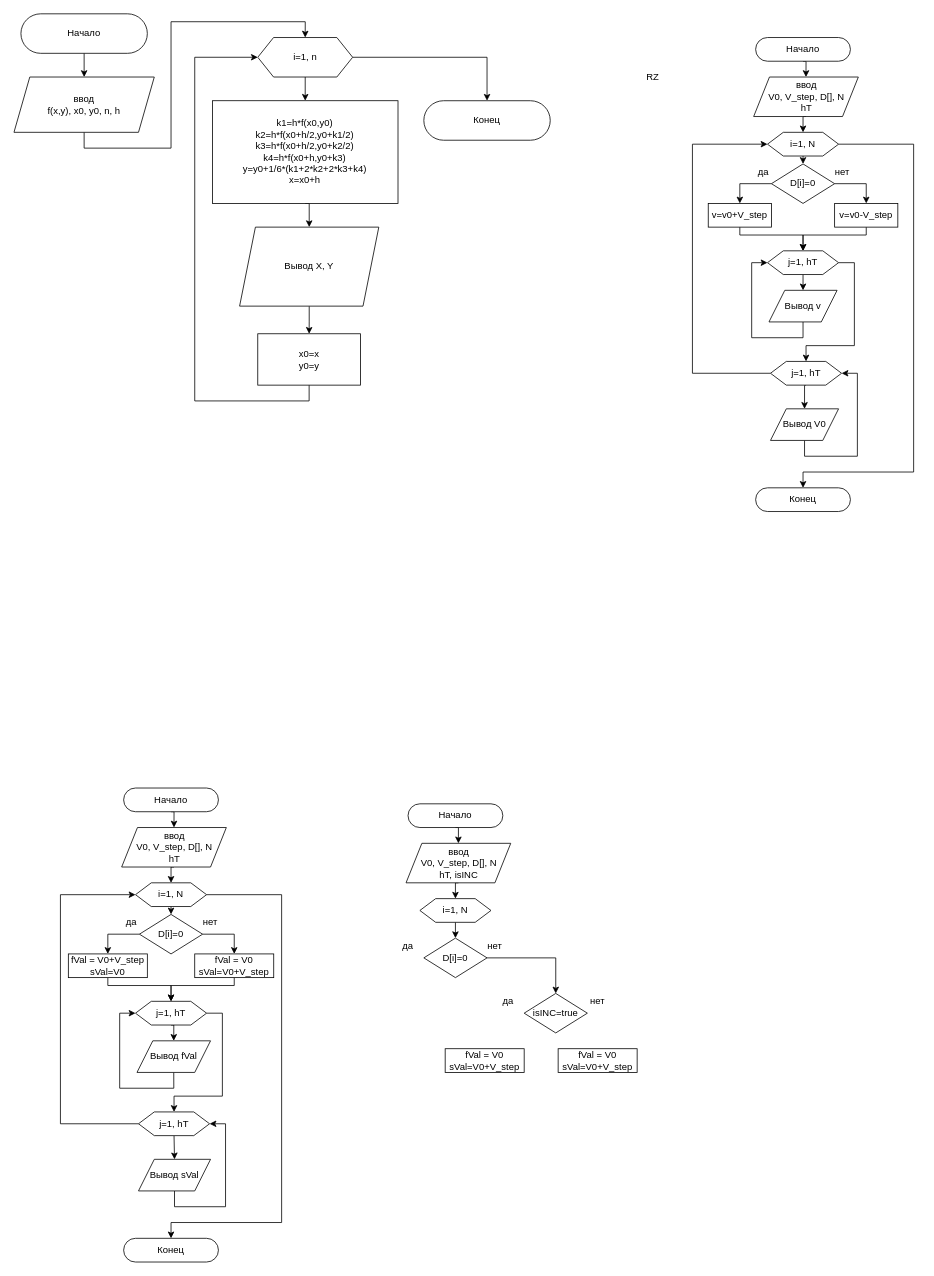
The draw.io diagram диплом_отчет/rk4+coders.drawio in bestialyokel/diplom, before the edit. Source tidied: cells renumbered, new cells numbered last; positions are measured from the earlier drawing's top-left corner, leaving out a move shared by most shapes. Both pictures are drawn from the tidied source at 79%, with x=0, y=0 at pixel (13, 13).
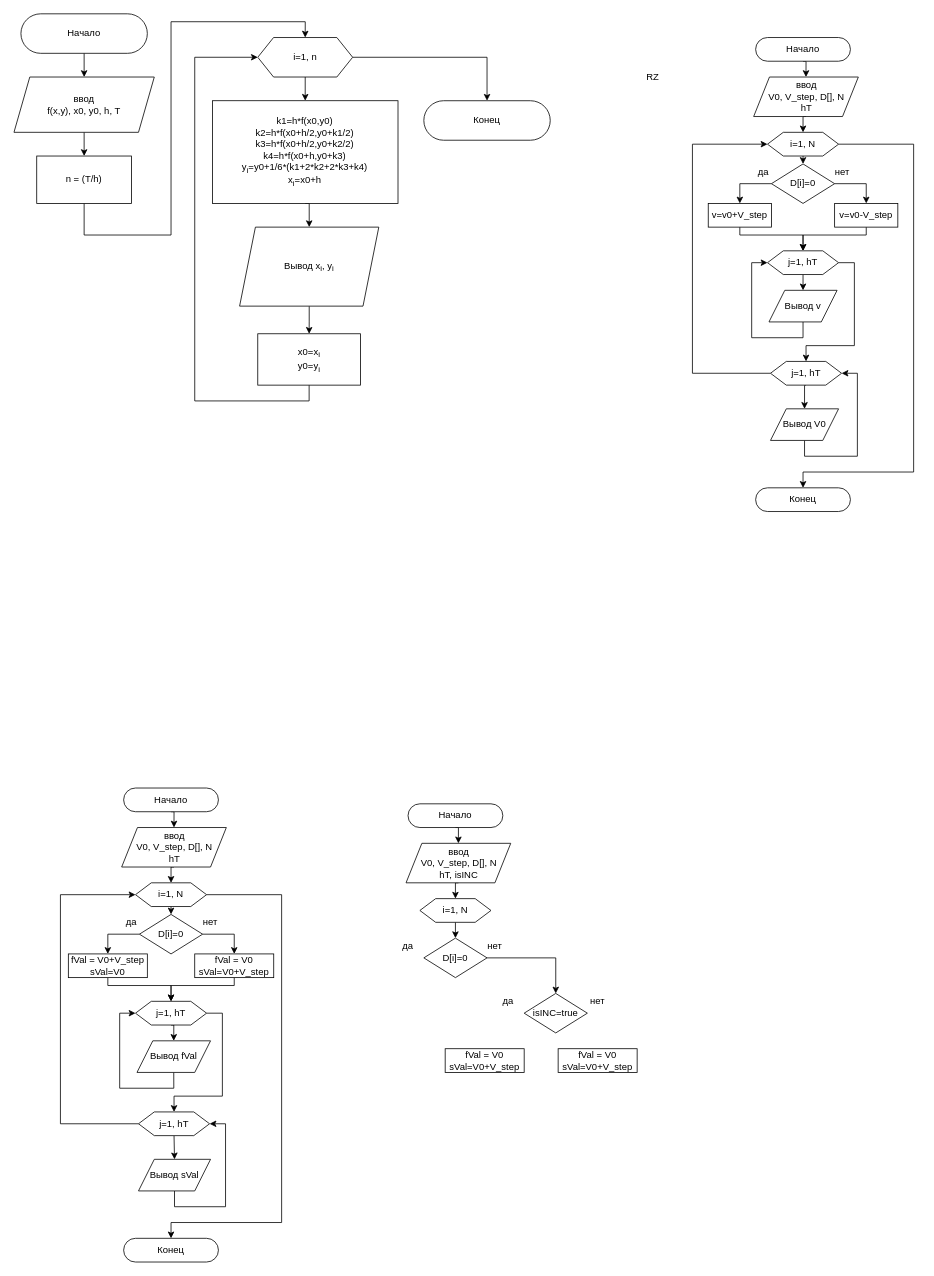
After the change.

Unchanged cells that the change refers to:
```xml
<mxCell id="8" value="i=1, n" style="shape=hexagon;perimeter=hexagonPerimeter2;whiteSpace=wrap;html=1;fixedSize=1;" parent="1" vertex="1">
  <mxGeometry x="308.8" y="30" width="120.1" height="50" as="geometry" />
</mxCell>
```

Diff of the diagram source:
```diff
@@
-    <mxCell id="4" style="edgeStyle=orthogonalEdgeStyle;rounded=0;jettySize=auto;html=1;entryX=0.5;entryY=0;entryDx=0;entryDy=0;exitX=0.5;exitY=1;exitDx=0;exitDy=0;" parent="1" edge="1" source="5" target="8">
-      <mxGeometry relative="1" as="geometry">
-        <Array as="points">
-          <mxPoint x="89" y="170" />
-          <mxPoint x="199" y="170" />
-          <mxPoint x="199" y="10" />
-          <mxPoint x="369" y="10" />
-        </Array>
-      </mxGeometry>
-    </mxCell>
+    <mxCell id="86" style="edgeStyle=orthogonalEdgeStyle;rounded=0;jettySize=auto;html=1;exitX=0.5;exitY=1;exitDx=0;exitDy=0;entryX=0.5;entryY=0;entryDx=0;entryDy=0;" parent="1" edge="1" source="5" target="88">
+      <mxGeometry relative="1" as="geometry" />
+    </mxCell>
-    <mxCell id="5" value="ввод&lt;br&gt;f(x,y), x0, y0, n, h" style="shape=parallelogram;perimeter=parallelogramPerimeter;whiteSpace=wrap;html=1;fixedSize=1;" parent="1" vertex="1">
+    <mxCell id="5" value="ввод&lt;br&gt;f(x,y), x0, y0, h, T" style="shape=parallelogram;perimeter=parallelogramPerimeter;whiteSpace=wrap;html=1;fixedSize=1;" parent="1" vertex="1">
       <mxGeometry x="0.2" y="80" width="177.6" height="70" as="geometry" />
     </mxCell>
@@
-    <mxCell id="10" value="&lt;span&gt;k1=h*f(x0,y0)&lt;/span&gt;&lt;br&gt;&lt;span&gt;k2=h*f(x0+h/2,y0+k1/2)&lt;/span&gt;&lt;br&gt;&lt;span&gt;k3=h*f(x0+h/2,y0+k2/2)&lt;/span&gt;&lt;br&gt;&lt;span&gt;k4=h*f(x0+h,y0+k3)&lt;/span&gt;&lt;br&gt;&lt;span&gt;y=y0+1/6*(k1+2*k2+2*k3+k4)&lt;br&gt;x=x0+h&lt;br&gt;&lt;/span&gt;" style="rounded=0;whiteSpace=wrap;html=1;" parent="1" vertex="1">
+    <mxCell id="10" value="k1=h*f(x0,y0)&lt;br&gt;k2=h*f(x0+h/2,y0+k1/2)&lt;br&gt;k3=h*f(x0+h/2,y0+k2/2)&lt;br&gt;k4=h*f(x0+h,y0+k3)&lt;br&gt;y&lt;sub&gt;i&lt;/sub&gt;=y0+1/6*(k1+2*k2+2*k3+k4)&lt;br&gt;x&lt;sub&gt;i&lt;/sub&gt;=x0+h" style="rounded=0;whiteSpace=wrap;html=1;" parent="1" vertex="1">
       <mxGeometry x="251.4" y="110" width="234.9" height="130" as="geometry" />
     </mxCell>
@@
-    <mxCell id="12" value="Вывод X, Y" style="shape=parallelogram;perimeter=parallelogramPerimeter;whiteSpace=wrap;html=1;fixedSize=1;" parent="1" vertex="1">
+    <mxCell id="12" value="Вывод x&lt;sub&gt;i&lt;/sub&gt;, y&lt;sub&gt;i&lt;/sub&gt;" style="shape=parallelogram;perimeter=parallelogramPerimeter;whiteSpace=wrap;html=1;fixedSize=1;" parent="1" vertex="1">
       <mxGeometry x="285.8" y="270" width="176.2" height="100" as="geometry" />
     </mxCell>
@@
-    <mxCell id="14" value="x0=x&lt;br&gt;y0=y" style="rounded=0;whiteSpace=wrap;html=1;" parent="1" vertex="1">
+    <mxCell id="14" value="x0=x&lt;sub&gt;i&lt;/sub&gt;&lt;br&gt;y0=y&lt;sub&gt;i&lt;/sub&gt;" style="rounded=0;whiteSpace=wrap;html=1;" parent="1" vertex="1">
       <mxGeometry x="308.8" y="405" width="130" height="65" as="geometry" />
     </mxCell>
@@
+    <mxCell id="87" style="edgeStyle=orthogonalEdgeStyle;rounded=0;jettySize=auto;html=1;exitX=0.5;exitY=1;exitDx=0;exitDy=0;entryX=0.5;entryY=0;entryDx=0;entryDy=0;" parent="1" edge="1" source="88" target="8">
+      <mxGeometry relative="1" as="geometry">
+        <Array as="points">
+          <mxPoint x="89" y="280" />
+          <mxPoint x="199" y="280" />
+          <mxPoint x="199" y="10" />
+          <mxPoint x="369" y="10" />
+        </Array>
+      </mxGeometry>
+    </mxCell>
+    <mxCell id="88" value="n = (T/h)" style="rounded=0;whiteSpace=wrap;html=1;" parent="1" vertex="1">
+      <mxGeometry x="29" y="180" width="120" height="60" as="geometry" />
+    </mxCell>
```
